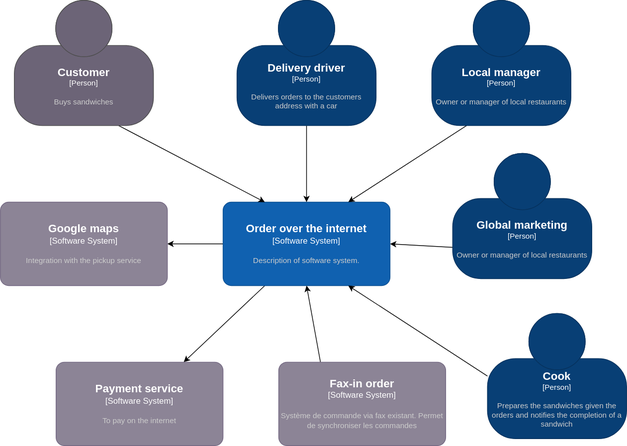
Above: docs/img/blt.drawio.svg in yostane/cours-archi-logicielle (draw.io), before the change. Source tidied: cells renumbered, new cells last; positions are measured from the earlier drawing's top-left corner, leaving out a move shared by most shapes.
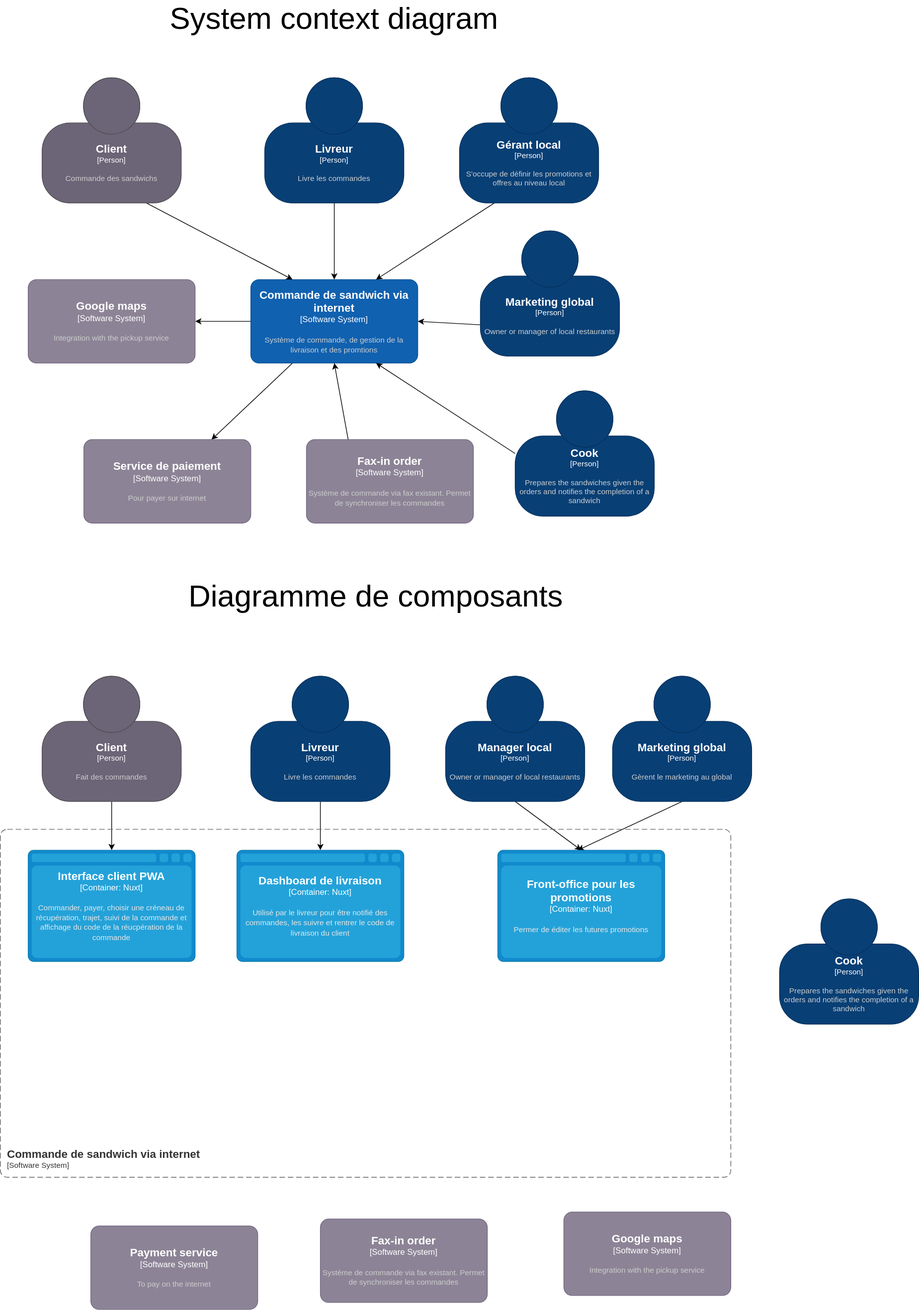
Above is the later version.

Commit message:
No code changes made.

Change to the diagram source:
```diff
@@ -8,7 +8,7 @@
     <mxCell id="3" style="edgeStyle=none;html=1;exitX=0.25;exitY=1;exitDx=0;exitDy=0;exitPerimeter=0;" parent="1" edge="1" source="4" target="14">
       <mxGeometry relative="1" as="geometry" />
     </mxCell>
-    <object id="4" label="&lt;font style=&quot;font-size: 16px&quot;&gt;&lt;b&gt;%c4Name%&lt;/b&gt;&lt;/font&gt;&lt;div&gt;[%c4Type%]&lt;/div&gt;&lt;br&gt;&lt;div&gt;&lt;font style=&quot;font-size: 11px&quot;&gt;&lt;font color=&quot;#cccccc&quot;&gt;%c4Description%&lt;/font&gt;&lt;/div&gt;" c4Description="Description of software system." c4Name="Order over the internet" c4Type="Software System" placeholders="1">
+    <object id="4" label="&lt;font style=&quot;font-size: 16px&quot;&gt;&lt;b&gt;%c4Name%&lt;/b&gt;&lt;/font&gt;&lt;div&gt;[%c4Type%]&lt;/div&gt;&lt;br&gt;&lt;div&gt;&lt;font style=&quot;font-size: 11px&quot;&gt;&lt;font color=&quot;#cccccc&quot;&gt;%c4Description%&lt;/font&gt;&lt;/div&gt;" c4Description="Système de commande, de gestion de la  livraison et des promtions" c4Name="Commande de sandwich via internet" c4Type="Software System" placeholders="1">
       <mxCell style="rounded=1;whiteSpace=wrap;html=1;labelBackgroundColor=none;fillColor=#1061B0;fontColor=#ffffff;align=center;arcSize=10;strokeColor=#0D5091;points=[[0.25,0,0],[0.5,0,0],[0.75,0,0],[1,0.25,0],[1,0.5,0],[1,0.75,0],[0.75,1,0],[0.5,1,0],[0.25,1,0],[0,0.75,0],[0,0.5,0],[0,0.25,0]];" parent="1" vertex="1">
         <mxGeometry x="320" y="290" width="240" height="120" as="geometry" />
       </mxCell>
@@ -16,7 +16,7 @@
     <mxCell id="5" style="edgeStyle=none;html=1;exitX=0.75;exitY=1;exitDx=0;exitDy=0;exitPerimeter=0;entryX=0.25;entryY=0;entryDx=0;entryDy=0;entryPerimeter=0;" parent="1" edge="1" source="6" target="4">
       <mxGeometry relative="1" as="geometry" />
     </mxCell>
-    <object id="6" label="&lt;font style=&quot;font-size: 16px&quot;&gt;&lt;b&gt;%c4Name%&lt;/b&gt;&lt;/font&gt;&lt;div&gt;[%c4Type%]&lt;/div&gt;&lt;br&gt;&lt;div&gt;&lt;font style=&quot;font-size: 11px&quot;&gt;&lt;font color=&quot;#cccccc&quot;&gt;%c4Description%&lt;/font&gt;&lt;/div&gt;" c4Description="Buys sandwiches" c4Name="Customer" c4Type="Person" placeholders="1">
+    <object id="6" label="&lt;font style=&quot;font-size: 16px&quot;&gt;&lt;b&gt;%c4Name%&lt;/b&gt;&lt;/font&gt;&lt;div&gt;[%c4Type%]&lt;/div&gt;&lt;br&gt;&lt;div&gt;&lt;font style=&quot;font-size: 11px&quot;&gt;&lt;font color=&quot;#cccccc&quot;&gt;%c4Description%&lt;/font&gt;&lt;/div&gt;" c4Description="Commande des sandwichs" c4Name="Client" c4Type="Person" placeholders="1">
       <mxCell style="html=1;fontSize=11;dashed=0;whiteSpace=wrap;fillColor=#6C6477;strokeColor=#4D4D4D;fontColor=#ffffff;shape=mxgraph.c4.person2;align=center;points=[[0.5,0,0],[1,0.5,0],[1,0.75,0],[0.75,1,0],[0.5,1,0],[0.25,1,0],[0,0.75,0],[0,0.5,0]];" parent="1" vertex="1">
         <mxGeometry x="20" width="200" height="180" as="geometry" />
       </mxCell>
@@ -24,7 +24,7 @@
     <mxCell id="7" style="edgeStyle=none;html=1;exitX=0.5;exitY=1;exitDx=0;exitDy=0;exitPerimeter=0;entryX=0.5;entryY=0;entryDx=0;entryDy=0;entryPerimeter=0;" parent="1" edge="1" source="8" target="4">
       <mxGeometry relative="1" as="geometry" />
     </mxCell>
-    <object id="8" label="&lt;font style=&quot;font-size: 16px&quot;&gt;&lt;b&gt;%c4Name%&lt;/b&gt;&lt;/font&gt;&lt;div&gt;[%c4Type%]&lt;/div&gt;&lt;br&gt;&lt;div&gt;&lt;font style=&quot;font-size: 11px&quot;&gt;&lt;font color=&quot;#cccccc&quot;&gt;%c4Description%&lt;/font&gt;&lt;/div&gt;" c4Description="Delivers orders to the customers address with a car" c4Name="Delivery driver" c4Type="Person" placeholders="1">
+    <object id="8" label="&lt;font style=&quot;font-size: 16px&quot;&gt;&lt;b&gt;%c4Name%&lt;/b&gt;&lt;/font&gt;&lt;div&gt;[%c4Type%]&lt;/div&gt;&lt;br&gt;&lt;div&gt;&lt;font style=&quot;font-size: 11px&quot;&gt;&lt;font color=&quot;#cccccc&quot;&gt;%c4Description%&lt;/font&gt;&lt;/div&gt;" c4Description="Livre les commandes" c4Name="Livreur" c4Type="Person" placeholders="1">
       <mxCell style="html=1;fontSize=11;dashed=0;whiteSpace=wrap;fillColor=#083F75;strokeColor=#06315C;fontColor=#ffffff;shape=mxgraph.c4.person2;align=center;points=[[0.5,0,0],[1,0.5,0],[1,0.75,0],[0.75,1,0],[0.5,1,0],[0.25,1,0],[0,0.75,0],[0,0.5,0]];" parent="1" vertex="1">
         <mxGeometry x="340" width="200" height="180" as="geometry" />
       </mxCell>
@@ -37,7 +37,7 @@
     <mxCell id="10" style="edgeStyle=none;html=1;exitX=0.25;exitY=1;exitDx=0;exitDy=0;exitPerimeter=0;entryX=0.75;entryY=0;entryDx=0;entryDy=0;entryPerimeter=0;" parent="1" edge="1" source="11" target="4">
       <mxGeometry relative="1" as="geometry" />
     </mxCell>
-    <object id="11" label="&lt;font style=&quot;font-size: 16px&quot;&gt;&lt;b&gt;%c4Name%&lt;/b&gt;&lt;/font&gt;&lt;div&gt;[%c4Type%]&lt;/div&gt;&lt;br&gt;&lt;div&gt;&lt;font style=&quot;font-size: 11px&quot;&gt;&lt;font color=&quot;#cccccc&quot;&gt;%c4Description%&lt;/font&gt;&lt;/div&gt;" c4Description="Owner or manager of local restaurants" c4Name="Local manager" c4Type="Person" placeholders="1">
+    <object id="11" label="&lt;font style=&quot;font-size: 16px&quot;&gt;&lt;b&gt;%c4Name%&lt;/b&gt;&lt;/font&gt;&lt;div&gt;[%c4Type%]&lt;/div&gt;&lt;br&gt;&lt;div&gt;&lt;font style=&quot;font-size: 11px&quot;&gt;&lt;font color=&quot;#cccccc&quot;&gt;%c4Description%&lt;/font&gt;&lt;/div&gt;" c4Description="S'occupe de définir les promotions et offres au niveau local" c4Name="Gérant local" c4Type="Person" placeholders="1">
       <mxCell style="html=1;fontSize=11;dashed=0;whiteSpace=wrap;fillColor=#083F75;strokeColor=#06315C;fontColor=#ffffff;shape=mxgraph.c4.person2;align=center;points=[[0.5,0,0],[1,0.5,0],[1,0.75,0],[0.75,1,0],[0.5,1,0],[0.25,1,0],[0,0.75,0],[0,0.5,0]];" parent="1" vertex="1">
         <mxGeometry x="620" width="200" height="180" as="geometry" />
       </mxCell>
@@ -45,12 +45,12 @@
     <mxCell id="12" style="edgeStyle=none;html=1;exitX=0;exitY=0.75;exitDx=0;exitDy=0;exitPerimeter=0;entryX=1;entryY=0.5;entryDx=0;entryDy=0;entryPerimeter=0;" parent="1" edge="1" source="13" target="4">
       <mxGeometry relative="1" as="geometry" />
     </mxCell>
-    <object id="13" label="&lt;font style=&quot;font-size: 16px&quot;&gt;&lt;b&gt;%c4Name%&lt;/b&gt;&lt;/font&gt;&lt;div&gt;[%c4Type%]&lt;/div&gt;&lt;br&gt;&lt;div&gt;&lt;font style=&quot;font-size: 11px&quot;&gt;&lt;font color=&quot;#cccccc&quot;&gt;%c4Description%&lt;/font&gt;&lt;/div&gt;" c4Description="Owner or manager of local restaurants" c4Name="Global marketing" c4Type="Person" placeholders="1">
+    <object id="13" label="&lt;font style=&quot;font-size: 16px&quot;&gt;&lt;b&gt;%c4Name%&lt;/b&gt;&lt;/font&gt;&lt;div&gt;[%c4Type%]&lt;/div&gt;&lt;br&gt;&lt;div&gt;&lt;font style=&quot;font-size: 11px&quot;&gt;&lt;font color=&quot;#cccccc&quot;&gt;%c4Description%&lt;/font&gt;&lt;/div&gt;" c4Description="Owner or manager of local restaurants" c4Name="Marketing global" c4Type="Person" placeholders="1">
       <mxCell style="html=1;fontSize=11;dashed=0;whiteSpace=wrap;fillColor=#083F75;strokeColor=#06315C;fontColor=#ffffff;shape=mxgraph.c4.person2;align=center;points=[[0.5,0,0],[1,0.5,0],[1,0.75,0],[0.75,1,0],[0.5,1,0],[0.25,1,0],[0,0.75,0],[0,0.5,0]];" parent="1" vertex="1">
         <mxGeometry x="650" y="220" width="200" height="180" as="geometry" />
       </mxCell>
     </object>
-    <object id="14" label="&lt;font style=&quot;font-size: 16px&quot;&gt;&lt;b&gt;%c4Name%&lt;/b&gt;&lt;/font&gt;&lt;div&gt;[%c4Type%]&lt;/div&gt;&lt;br&gt;&lt;div&gt;&lt;font style=&quot;font-size: 11px&quot;&gt;&lt;font color=&quot;#cccccc&quot;&gt;%c4Description%&lt;/font&gt;&lt;/div&gt;" c4Description="To pay on the internet" c4Name="Payment service" c4Type="Software System" placeholders="1">
+    <object id="14" label="&lt;font style=&quot;font-size: 16px&quot;&gt;&lt;b&gt;%c4Name%&lt;/b&gt;&lt;/font&gt;&lt;div&gt;[%c4Type%]&lt;/div&gt;&lt;br&gt;&lt;div&gt;&lt;font style=&quot;font-size: 11px&quot;&gt;&lt;font color=&quot;#cccccc&quot;&gt;%c4Description%&lt;/font&gt;&lt;/div&gt;" c4Description="Pour payer sur internet" c4Name="Service de paiement" c4Type="Software System" placeholders="1">
       <mxCell style="rounded=1;whiteSpace=wrap;html=1;labelBackgroundColor=none;fillColor=#8C8496;fontColor=#ffffff;align=center;arcSize=10;strokeColor=#736782;points=[[0.25,0,0],[0.5,0,0],[0.75,0,0],[1,0.25,0],[1,0.5,0],[1,0.75,0],[0.75,1,0],[0.5,1,0],[0.25,1,0],[0,0.75,0],[0,0.5,0],[0,0.25,0]];" parent="1" vertex="1">
         <mxGeometry x="80" y="520" width="240" height="120" as="geometry" />
       </mxCell>
@@ -71,5 +71,85 @@
         <mxGeometry x="700" y="450" width="200" height="180" as="geometry" />
       </mxCell>
     </object>
+    <mxCell id="19" style="edgeStyle=none;html=1;exitX=0.5;exitY=1;exitDx=0;exitDy=0;exitPerimeter=0;entryX=0.5;entryY=0;entryDx=0;entryDy=0;entryPerimeter=0;fontSize=44;" parent="1" edge="1" source="20" target="34">
+      <mxGeometry relative="1" as="geometry" />
+    </mxCell>
+    <object id="20" label="&lt;font style=&quot;font-size: 16px&quot;&gt;&lt;b&gt;%c4Name%&lt;/b&gt;&lt;/font&gt;&lt;div&gt;[%c4Type%]&lt;/div&gt;&lt;br&gt;&lt;div&gt;&lt;font style=&quot;font-size: 11px&quot;&gt;&lt;font color=&quot;#cccccc&quot;&gt;%c4Description%&lt;/font&gt;&lt;/div&gt;" c4Description="Fait des commandes" c4Name="Client" c4Type="Person" placeholders="1">
+      <mxCell style="html=1;fontSize=11;dashed=0;whiteSpace=wrap;fillColor=#6C6477;strokeColor=#4D4D4D;fontColor=#ffffff;shape=mxgraph.c4.person2;align=center;points=[[0.5,0,0],[1,0.5,0],[1,0.75,0],[0.75,1,0],[0.5,1,0],[0.25,1,0],[0,0.75,0],[0,0.5,0]];" parent="1" vertex="1">
+        <mxGeometry x="20" y="860" width="200" height="180" as="geometry" />
+      </mxCell>
+    </object>
+    <mxCell id="21" style="edgeStyle=none;html=1;exitX=0.5;exitY=1;exitDx=0;exitDy=0;exitPerimeter=0;entryX=0.5;entryY=0;entryDx=0;entryDy=0;entryPerimeter=0;fontSize=44;" parent="1" edge="1" source="22" target="35">
+      <mxGeometry relative="1" as="geometry" />
+    </mxCell>
+    <object id="22" label="&lt;font style=&quot;font-size: 16px&quot;&gt;&lt;b&gt;%c4Name%&lt;/b&gt;&lt;/font&gt;&lt;div&gt;[%c4Type%]&lt;/div&gt;&lt;br&gt;&lt;div&gt;&lt;font style=&quot;font-size: 11px&quot;&gt;&lt;font color=&quot;#cccccc&quot;&gt;%c4Description%&lt;/font&gt;&lt;/div&gt;" c4Description="Livre les commandes" c4Name="Livreur" c4Type="Person" placeholders="1">
+      <mxCell style="html=1;fontSize=11;dashed=0;whiteSpace=wrap;fillColor=#083F75;strokeColor=#06315C;fontColor=#ffffff;shape=mxgraph.c4.person2;align=center;points=[[0.5,0,0],[1,0.5,0],[1,0.75,0],[0.75,1,0],[0.5,1,0],[0.25,1,0],[0,0.75,0],[0,0.5,0]];" parent="1" vertex="1">
+        <mxGeometry x="320" y="860" width="200" height="180" as="geometry" />
+      </mxCell>
+    </object>
+    <object id="23" label="&lt;font style=&quot;font-size: 16px&quot;&gt;&lt;b&gt;%c4Name%&lt;/b&gt;&lt;/font&gt;&lt;div&gt;[%c4Type%]&lt;/div&gt;&lt;br&gt;&lt;div&gt;&lt;font style=&quot;font-size: 11px&quot;&gt;&lt;font color=&quot;#cccccc&quot;&gt;%c4Description%&lt;/font&gt;&lt;/div&gt;" c4Description="Integration with the pickup service" c4Name="Google maps" c4Type="Software System" placeholders="1">
+      <mxCell style="rounded=1;whiteSpace=wrap;html=1;labelBackgroundColor=none;fillColor=#8C8496;fontColor=#ffffff;align=center;arcSize=10;strokeColor=#736782;" parent="1" vertex="1">
+        <mxGeometry x="770" y="1630" width="240" height="120" as="geometry" />
+      </mxCell>
+    </object>
+    <mxCell id="24" style="edgeStyle=none;html=1;exitX=0.5;exitY=1;exitDx=0;exitDy=0;exitPerimeter=0;fontSize=44;entryX=0.5;entryY=0;entryDx=0;entryDy=0;entryPerimeter=0;" parent="1" edge="1" source="25" target="36">
+      <mxGeometry relative="1" as="geometry" />
+    </mxCell>
+    <object id="25" label="&lt;font style=&quot;font-size: 16px&quot;&gt;&lt;b&gt;%c4Name%&lt;/b&gt;&lt;/font&gt;&lt;div&gt;[%c4Type%]&lt;/div&gt;&lt;br&gt;&lt;div&gt;&lt;font style=&quot;font-size: 11px&quot;&gt;&lt;font color=&quot;#cccccc&quot;&gt;%c4Description%&lt;/font&gt;&lt;/div&gt;" c4Description="Owner or manager of local restaurants" c4Name="Manager local" c4Type="Person" placeholders="1">
+      <mxCell style="html=1;fontSize=11;dashed=0;whiteSpace=wrap;fillColor=#083F75;strokeColor=#06315C;fontColor=#ffffff;shape=mxgraph.c4.person2;align=center;points=[[0.5,0,0],[1,0.5,0],[1,0.75,0],[0.75,1,0],[0.5,1,0],[0.25,1,0],[0,0.75,0],[0,0.5,0]];" parent="1" vertex="1">
+        <mxGeometry x="600" y="860" width="200" height="180" as="geometry" />
+      </mxCell>
+    </object>
+    <mxCell id="26" style="edgeStyle=none;html=1;exitX=0.5;exitY=1;exitDx=0;exitDy=0;exitPerimeter=0;fontSize=44;" parent="1" edge="1" source="27">
+      <mxGeometry relative="1" as="geometry">
+        <mxPoint x="790" y="1110" as="targetPoint" />
+      </mxGeometry>
+    </mxCell>
+    <object id="27" label="&lt;font style=&quot;font-size: 16px&quot;&gt;&lt;b&gt;%c4Name%&lt;/b&gt;&lt;/font&gt;&lt;div&gt;[%c4Type%]&lt;/div&gt;&lt;br&gt;&lt;div&gt;&lt;font style=&quot;font-size: 11px&quot;&gt;&lt;font color=&quot;#cccccc&quot;&gt;%c4Description%&lt;/font&gt;&lt;/div&gt;" c4Description="Gèrent le marketing au global" c4Name="Marketing global" c4Type="Person" placeholders="1">
+      <mxCell style="html=1;fontSize=11;dashed=0;whiteSpace=wrap;fillColor=#083F75;strokeColor=#06315C;fontColor=#ffffff;shape=mxgraph.c4.person2;align=center;points=[[0.5,0,0],[1,0.5,0],[1,0.75,0],[0.75,1,0],[0.5,1,0],[0.25,1,0],[0,0.75,0],[0,0.5,0]];" parent="1" vertex="1">
+        <mxGeometry x="840" y="860" width="200" height="180" as="geometry" />
+      </mxCell>
+    </object>
+    <object id="28" label="&lt;font style=&quot;font-size: 16px&quot;&gt;&lt;b&gt;%c4Name%&lt;/b&gt;&lt;/font&gt;&lt;div&gt;[%c4Type%]&lt;/div&gt;&lt;br&gt;&lt;div&gt;&lt;font style=&quot;font-size: 11px&quot;&gt;&lt;font color=&quot;#cccccc&quot;&gt;%c4Description%&lt;/font&gt;&lt;/div&gt;" c4Description="To pay on the internet" c4Name="Payment service" c4Type="Software System" placeholders="1">
+      <mxCell style="rounded=1;whiteSpace=wrap;html=1;labelBackgroundColor=none;fillColor=#8C8496;fontColor=#ffffff;align=center;arcSize=10;strokeColor=#736782;" parent="1" vertex="1">
+        <mxGeometry x="90" y="1650" width="240" height="120" as="geometry" />
+      </mxCell>
+    </object>
+    <object id="29" label="&lt;font style=&quot;font-size: 16px&quot;&gt;&lt;b&gt;%c4Name%&lt;/b&gt;&lt;/font&gt;&lt;div&gt;[%c4Type%]&lt;/div&gt;&lt;br&gt;&lt;div&gt;&lt;font style=&quot;font-size: 11px&quot;&gt;&lt;font color=&quot;#cccccc&quot;&gt;%c4Description%&lt;/font&gt;&lt;/div&gt;" c4Description="Système de commande via fax existant. Permet de synchroniser les commandes" c4Name="Fax-in order" c4Type="Software System" placeholders="1">
+      <mxCell style="rounded=1;whiteSpace=wrap;html=1;labelBackgroundColor=none;fillColor=#8C8496;fontColor=#ffffff;align=center;arcSize=10;strokeColor=#736782;" parent="1" vertex="1">
+        <mxGeometry x="420" y="1640" width="240" height="120" as="geometry" />
+      </mxCell>
+    </object>
+    <object id="30" label="&lt;font style=&quot;font-size: 16px&quot;&gt;&lt;b&gt;%c4Name%&lt;/b&gt;&lt;/font&gt;&lt;div&gt;[%c4Type%]&lt;/div&gt;&lt;br&gt;&lt;div&gt;&lt;font style=&quot;font-size: 11px&quot;&gt;&lt;font color=&quot;#cccccc&quot;&gt;%c4Description%&lt;/font&gt;&lt;/div&gt;" c4Description="Prepares the sandwiches given the orders and notifies the completion of a sandwich" c4Name="Cook" c4Type="Person" placeholders="1">
+      <mxCell style="html=1;fontSize=11;dashed=0;whiteSpace=wrap;fillColor=#083F75;strokeColor=#06315C;fontColor=#ffffff;shape=mxgraph.c4.person2;align=center;" parent="1" vertex="1">
+        <mxGeometry x="1080" y="1180" width="200" height="180" as="geometry" />
+      </mxCell>
+    </object>
+    <object id="31" label="&lt;font style=&quot;font-size: 16px&quot;&gt;&lt;b&gt;&lt;div style=&quot;text-align: left&quot;&gt;%c4Name%&lt;/div&gt;&lt;/b&gt;&lt;/font&gt;&lt;div style=&quot;text-align: left&quot;&gt;[%c4Application%]&lt;/div&gt;" c4Application="Software System" c4Name="Commande de sandwich via internet" c4Type="SystemScopeBoundary" placeholders="1">
+      <mxCell style="rounded=1;fontSize=11;whiteSpace=wrap;html=1;dashed=1;arcSize=20;fillColor=none;strokeColor=#666666;fontColor=#333333;labelBackgroundColor=none;align=left;verticalAlign=bottom;labelBorderColor=none;spacingTop=0;spacing=10;dashPattern=8 4;perimeter=rectanglePerimeter;noLabel=0;labelPadding=0;absoluteArcSize=1;" parent="1" vertex="1">
+        <mxGeometry x="-40" y="1080" width="1050" height="500" as="geometry" />
+      </mxCell>
+    </object>
+    <mxCell id="32" value="System context diagram" style="text;html=1;strokeColor=none;fillColor=none;align=center;verticalAlign=middle;whiteSpace=wrap;rounded=0;fontSize=44;" parent="1" vertex="1">
+      <mxGeometry x="180" y="-100" width="520" height="30" as="geometry" />
+    </mxCell>
+    <mxCell id="33" value="Diagramme de composants" style="text;html=1;strokeColor=none;fillColor=none;align=center;verticalAlign=middle;whiteSpace=wrap;rounded=0;fontSize=44;" parent="1" vertex="1">
+      <mxGeometry x="190" y="730" width="620" height="30" as="geometry" />
+    </mxCell>
+    <object id="34" label="&lt;font style=&quot;font-size: 16px&quot;&gt;&lt;b&gt;%c4Type%&lt;/b&gt;&lt;/font&gt;&lt;div&gt;[%c4Container%:&amp;nbsp;%c4Technology%]&lt;/div&gt;&lt;br&gt;&lt;div&gt;&lt;font style=&quot;font-size: 11px&quot;&gt;&lt;font color=&quot;#E6E6E6&quot;&gt;%c4Description%&lt;/font&gt;&lt;/div&gt;" c4Container="Container" c4Description="Commander, payer, choisir une créneau de récupération, trajet, suivi de la commande et affichage du code de la réucpération de la commande" c4Technology="Nuxt" c4Type="Interface client PWA" placeholders="1">
+      <mxCell style="shape=mxgraph.c4.webBrowserContainer2;whiteSpace=wrap;html=1;boundedLbl=1;rounded=0;labelBackgroundColor=none;strokeColor=#118ACD;fillColor=#23A2D9;strokeColor=#118ACD;strokeColor2=#0E7DAD;fontSize=12;fontColor=#ffffff;align=center;points=[[0.5,0,0],[1,0.25,0],[1,0.5,0],[1,0.75,0],[0.5,1,0],[0,0.75,0],[0,0.5,0],[0,0.25,0]];" parent="1" vertex="1">
+        <mxGeometry y="1110" width="240" height="160" as="geometry" />
+      </mxCell>
+    </object>
+    <object id="35" label="&lt;font style=&quot;font-size: 16px&quot;&gt;&lt;b&gt;%c4Type%&lt;/b&gt;&lt;/font&gt;&lt;div&gt;[%c4Container%:&amp;nbsp;%c4Technology%]&lt;/div&gt;&lt;br&gt;&lt;div&gt;&lt;font style=&quot;font-size: 11px&quot;&gt;&lt;font color=&quot;#E6E6E6&quot;&gt;%c4Description%&lt;/font&gt;&lt;/div&gt;" c4Container="Container" c4Description="Utilisé par le livreur pour être notifié des commandes, les suivre et rentrer le code de livraison du client" c4Technology="Nuxt" c4Type="Dashboard de livraison" placeholders="1">
+      <mxCell style="shape=mxgraph.c4.webBrowserContainer2;whiteSpace=wrap;html=1;boundedLbl=1;rounded=0;labelBackgroundColor=none;strokeColor=#118ACD;fillColor=#23A2D9;strokeColor=#118ACD;strokeColor2=#0E7DAD;fontSize=12;fontColor=#ffffff;align=center;points=[[0.5,0,0],[1,0.25,0],[1,0.5,0],[1,0.75,0],[0.5,1,0],[0,0.75,0],[0,0.5,0],[0,0.25,0]];" parent="1" vertex="1">
+        <mxGeometry x="300" y="1110" width="240" height="160" as="geometry" />
+      </mxCell>
+    </object>
+    <object id="36" label="&lt;font style=&quot;font-size: 16px&quot;&gt;&lt;b&gt;%c4Type%&lt;/b&gt;&lt;/font&gt;&lt;div&gt;[%c4Container%:&amp;nbsp;%c4Technology%]&lt;/div&gt;&lt;br&gt;&lt;div&gt;&lt;font style=&quot;font-size: 11px&quot;&gt;&lt;font color=&quot;#E6E6E6&quot;&gt;%c4Description%&lt;/font&gt;&lt;/div&gt;" c4Container="Container" c4Description="Permer de éditer les futures promotions" c4Technology="Nuxt" c4Type="Front-office pour les promotions" placeholders="1">
+      <mxCell style="shape=mxgraph.c4.webBrowserContainer2;whiteSpace=wrap;html=1;boundedLbl=1;rounded=0;labelBackgroundColor=none;strokeColor=#118ACD;fillColor=#23A2D9;strokeColor=#118ACD;strokeColor2=#0E7DAD;fontSize=12;fontColor=#ffffff;align=center;points=[[0.5,0,0],[1,0.25,0],[1,0.5,0],[1,0.75,0],[0.5,1,0],[0,0.75,0],[0,0.5,0],[0,0.25,0]];" parent="1" vertex="1">
+        <mxGeometry x="675" y="1110" width="240" height="160" as="geometry" />
+      </mxCell>
+    </object>
   </root>
 </mxGraphModel>
```
